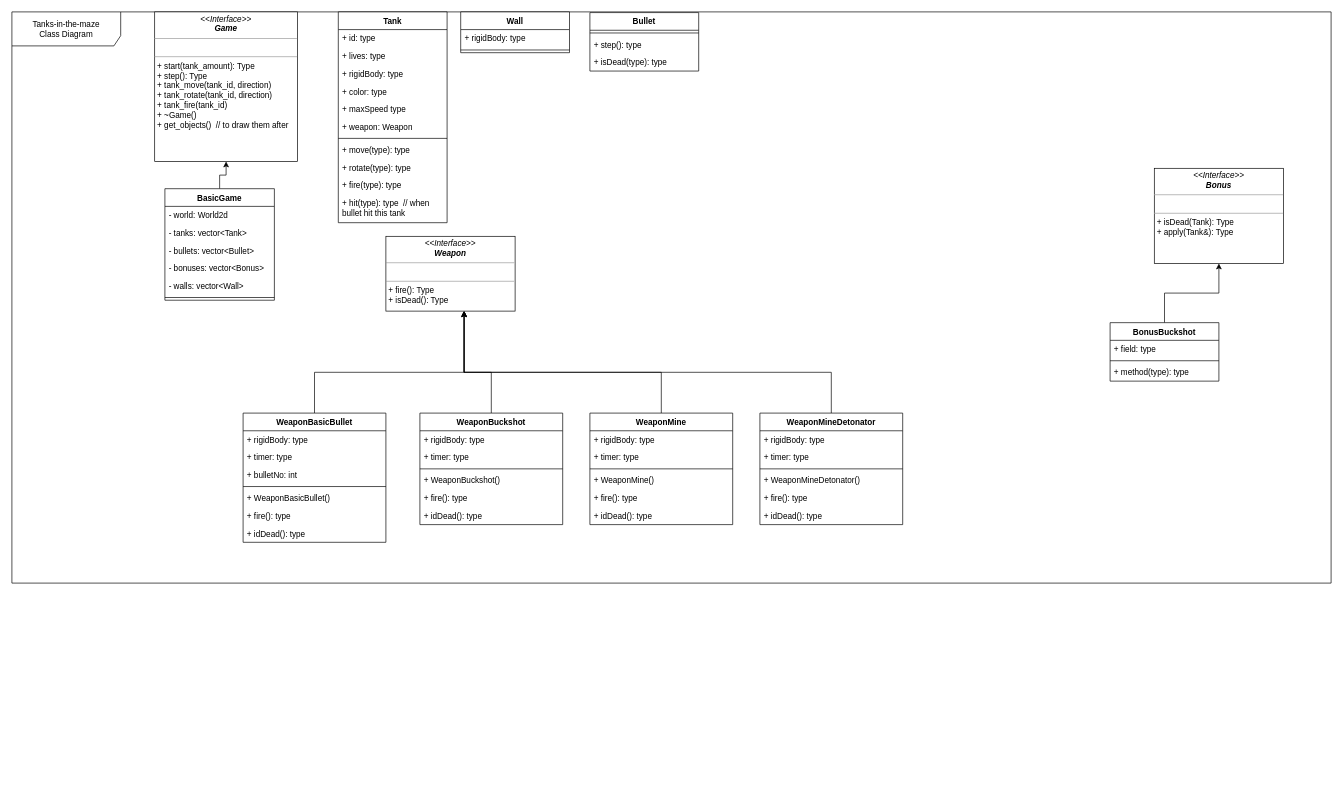
maximrufed/mipt_hw_tp_project keeps this draw.io diagram as page "Definitinon" (1 of 3) of UML.drawio. Above is the earlier version. Source tidied: cells renumbered, new cells numbered last; positions are measured from the earlier drawing's top-left corner, leaving out a move shared by most shapes. Both pictures are drawn from the tidied source at 68%, with x=0, y=0 at pixel (12, 12).
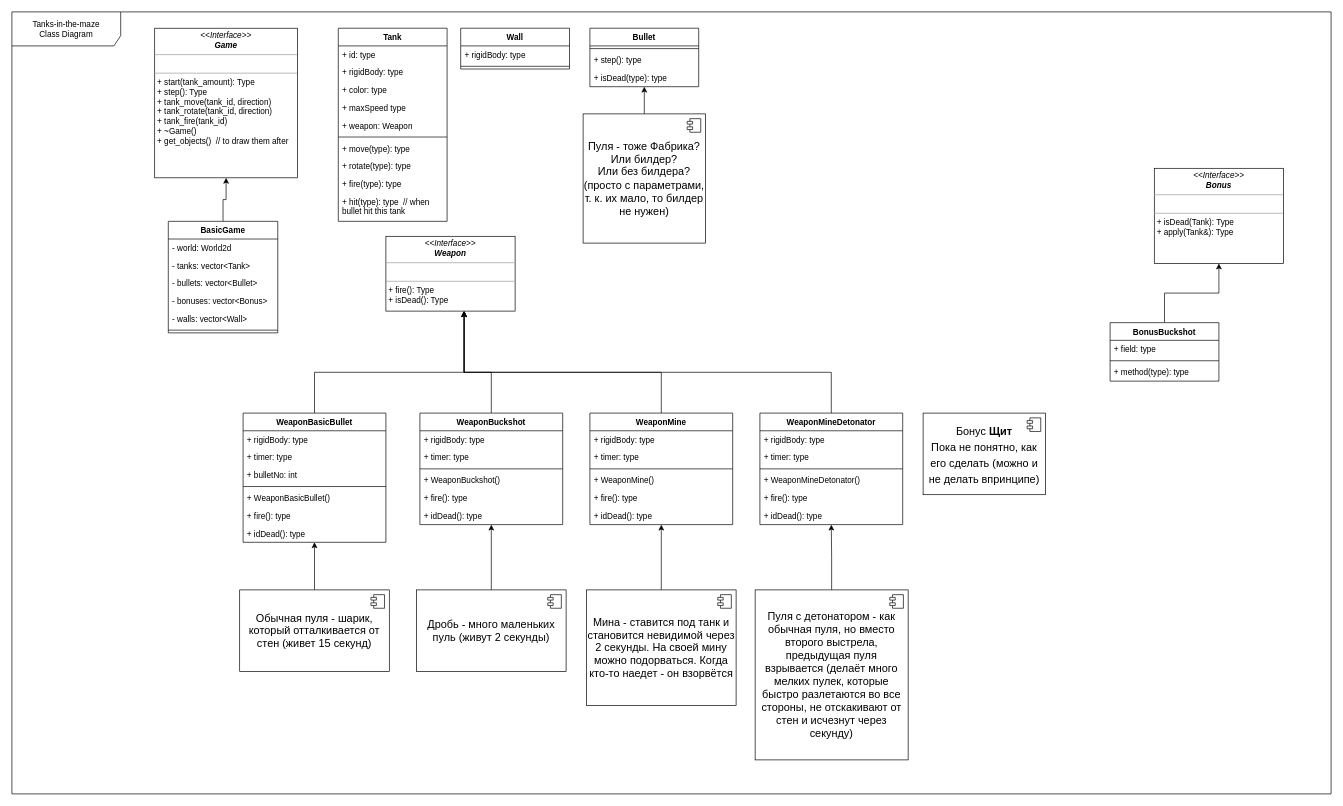
The same diagram, later.

The change refers to these unchanged cells:
```xml
<mxCell id="33" value="WeaponBasicBullet" style="swimlane;fontStyle=1;align=center;verticalAlign=top;horizontal=1;startSize=26;" parent="1" vertex="1">
  <mxGeometry x="340" y="590" width="210" height="190" as="geometry" />
</mxCell>
<mxCell id="48" value="WeaponBuckshot" style="swimlane;fontStyle=1;align=center;verticalAlign=top;horizontal=1;startSize=26;" parent="1" vertex="1">
  <mxGeometry x="600" y="590" width="210" height="164" as="geometry" />
</mxCell>
<mxCell id="56" value="WeaponMine" style="swimlane;fontStyle=1;align=center;verticalAlign=top;horizontal=1;startSize=26;" parent="1" vertex="1">
  <mxGeometry x="850" y="590" width="210" height="164" as="geometry" />
</mxCell>
<mxCell id="64" value="WeaponMineDetonator" style="swimlane;fontStyle=1;align=center;verticalAlign=top;horizontal=1;startSize=26;" parent="1" vertex="1">
  <mxGeometry x="1100" y="590" width="210" height="164" as="geometry" />
</mxCell>
```

What changed in the source:
```diff
@@
     <mxCell id="2" value="Tanks-in-the-maze&lt;br&gt;Class Diagram" style="shape=umlFrame;whiteSpace=wrap;html=1;width=160;height=50;" parent="1" vertex="1">
-      <mxGeometry width="1940" height="840" as="geometry" />
+      <mxGeometry width="1940" height="1150" as="geometry" />
     </mxCell>
@@
     <mxCell id="4" value="BasicGame" style="swimlane;fontStyle=1;align=center;verticalAlign=top;horizontal=1;startSize=26;" parent="1" vertex="1">
-      <mxGeometry x="225" y="260" width="161" height="164" as="geometry" />
+      <mxGeometry x="230" y="308" width="161" height="164" as="geometry" />
     </mxCell>
@@
     <mxCell id="11" value="&lt;p style=&quot;margin: 0px ; margin-top: 4px ; text-align: center&quot;&gt;&lt;i&gt;&amp;lt;&amp;lt;Interface&amp;gt;&amp;gt;&lt;/i&gt;&lt;br&gt;&lt;b&gt;&lt;i&gt;Game&lt;/i&gt;&lt;/b&gt;&lt;/p&gt;&lt;hr size=&quot;1&quot;&gt;&lt;p style=&quot;margin: 0px ; margin-left: 4px&quot;&gt;&lt;br&gt;&lt;/p&gt;&lt;hr size=&quot;1&quot;&gt;&lt;p style=&quot;margin: 0px ; margin-left: 4px&quot;&gt;+ start(tank_amount): Type&lt;br&gt;+ step(): Type&lt;/p&gt;&lt;p style=&quot;margin: 0px ; margin-left: 4px&quot;&gt;+ tank_move(tank_id, direction)&lt;br&gt;+ tank_rotate(tank_id, direction)&lt;br&gt;+ tank_fire(tank_id)&lt;br&gt;+ ~Game()&lt;br&gt;+ get_objects()&amp;nbsp; // to draw them after&lt;/p&gt;" style="verticalAlign=top;align=left;overflow=fill;fontSize=12;fontFamily=Helvetica;html=1;" parent="1" vertex="1">
-      <mxGeometry x="210" width="210" height="220" as="geometry" />
+      <mxGeometry x="210" y="24" width="210" height="220" as="geometry" />
     </mxCell>
     <mxCell id="12" value="Tank" style="swimlane;fontStyle=1;align=center;verticalAlign=top;horizontal=1;startSize=26;" parent="1" vertex="1">
-      <mxGeometry x="480" width="160" height="310" as="geometry" />
+      <mxGeometry x="480" y="24" width="160" height="284" as="geometry" />
     </mxCell>
@@
-    <mxCell id="14" value="+ lives: type" style="text;strokeColor=none;fillColor=none;align=left;verticalAlign=top;spacingLeft=4;spacingRight=4;overflow=hidden;" parent="12" vertex="1">
-      <mxGeometry y="52" width="160" height="26" as="geometry" />
-    </mxCell>
     <mxCell id="15" value="+ rigidBody: type" style="text;strokeColor=none;fillColor=none;align=left;verticalAlign=top;spacingLeft=4;spacingRight=4;overflow=hidden;" parent="12" vertex="1">
-      <mxGeometry y="78" width="160" height="26" as="geometry" />
+      <mxGeometry y="52" width="160" height="26" as="geometry" />
     </mxCell>
     <mxCell id="16" value="+ color: type" style="text;strokeColor=none;fillColor=none;align=left;verticalAlign=top;spacingLeft=4;spacingRight=4;overflow=hidden;" parent="12" vertex="1">
-      <mxGeometry y="104" width="160" height="26" as="geometry" />
+      <mxGeometry y="78" width="160" height="26" as="geometry" />
     </mxCell>
     <mxCell id="17" value="+ maxSpeed type" style="text;strokeColor=none;fillColor=none;align=left;verticalAlign=top;spacingLeft=4;spacingRight=4;overflow=hidden;" parent="12" vertex="1">
-      <mxGeometry y="130" width="160" height="26" as="geometry" />
+      <mxGeometry y="104" width="160" height="26" as="geometry" />
     </mxCell>
     <mxCell id="18" value="+ weapon: Weapon" style="text;strokeColor=none;fillColor=none;align=left;verticalAlign=top;spacingLeft=4;spacingRight=4;overflow=hidden;" parent="12" vertex="1">
-      <mxGeometry y="156" width="160" height="26" as="geometry" />
+      <mxGeometry y="130" width="160" height="26" as="geometry" />
     </mxCell>
     <mxCell id="19" style="line;strokeWidth=1;fillColor=none;align=left;verticalAlign=middle;spacingTop=-1;spacingLeft=3;spacingRight=3;labelPosition=right;" parent="12" vertex="1">
-      <mxGeometry y="182" width="160" height="8" as="geometry" />
+      <mxGeometry y="156" width="160" height="8" as="geometry" />
     </mxCell>
     <mxCell id="20" value="+ move(type): type" style="text;strokeColor=none;fillColor=none;align=left;verticalAlign=top;spacingLeft=4;spacingRight=4;overflow=hidden;" parent="12" vertex="1">
-      <mxGeometry y="190" width="160" height="26" as="geometry" />
+      <mxGeometry y="164" width="160" height="26" as="geometry" />
     </mxCell>
     <mxCell id="21" value="+ rotate(type): type" style="text;strokeColor=none;fillColor=none;align=left;verticalAlign=top;spacingLeft=4;spacingRight=4;overflow=hidden;" parent="12" vertex="1">
-      <mxGeometry y="216" width="160" height="26" as="geometry" />
+      <mxGeometry y="190" width="160" height="26" as="geometry" />
     </mxCell>
     <mxCell id="22" value="+ fire(type): type" style="text;strokeColor=none;fillColor=none;align=left;verticalAlign=top;spacingLeft=4;spacingRight=4;overflow=hidden;" parent="12" vertex="1">
-      <mxGeometry y="242" width="160" height="26" as="geometry" />
+      <mxGeometry y="216" width="160" height="26" as="geometry" />
     </mxCell>
     <mxCell id="23" value="+ hit(type): type  // when bullet hit this tank" style="text;strokeColor=none;fillColor=none;align=left;verticalAlign=top;spacingLeft=4;spacingRight=4;overflow=hidden;whiteSpace=wrap;" parent="12" vertex="1">
-      <mxGeometry y="268" width="160" height="42" as="geometry" />
+      <mxGeometry y="242" width="160" height="42" as="geometry" />
     </mxCell>
     <mxCell id="24" value="Wall" style="swimlane;fontStyle=1;align=center;verticalAlign=top;horizontal=1;startSize=26;" parent="1" vertex="1">
-      <mxGeometry x="660" width="160" height="60" as="geometry" />
+      <mxGeometry x="660" y="24" width="160" height="60" as="geometry" />
     </mxCell>
@@
     <mxCell id="27" value="Bullet" style="swimlane;fontStyle=1;align=center;verticalAlign=top;horizontal=1;startSize=26;" parent="1" vertex="1">
-      <mxGeometry x="850" y="1" width="160" height="86" as="geometry" />
+      <mxGeometry x="850" y="24" width="160" height="86" as="geometry" />
     </mxCell>
@@
+    <mxCell id="71" style="edgeStyle=orthogonalEdgeStyle;rounded=0;jettySize=auto;html=1;fontSize=20;" parent="1" edge="1" source="72" target="33">
+      <mxGeometry relative="1" as="geometry" />
+    </mxCell>
+    <mxCell id="72" value="Обычная пуля - шарик, который отталкивается от стен (живет 15 секунд)" style="html=1;fontSize=16;whiteSpace=wrap;" parent="1" vertex="1">
+      <mxGeometry x="335" y="850" width="220" height="120" as="geometry" />
+    </mxCell>
+    <mxCell id="73" style="shape=component;jettyWidth=8;jettyHeight=4;" parent="72" vertex="1">
+      <mxGeometry x="1" width="20" height="20" relative="1" as="geometry">
+        <mxPoint x="-27" y="7" as="offset" />
+      </mxGeometry>
+    </mxCell>
+    <mxCell id="74" style="edgeStyle=orthogonalEdgeStyle;rounded=0;jettySize=auto;html=1;fontSize=20;" parent="1" edge="1" source="75" target="48">
+      <mxGeometry relative="1" as="geometry" />
+    </mxCell>
+    <mxCell id="75" value="Дробь - много маленьких пуль (живут 2 секунды)" style="html=1;fontSize=16;whiteSpace=wrap;" parent="1" vertex="1">
+      <mxGeometry x="595" y="850" width="220" height="120" as="geometry" />
+    </mxCell>
+    <mxCell id="76" style="shape=component;jettyWidth=8;jettyHeight=4;" parent="75" vertex="1">
+      <mxGeometry x="1" width="20" height="20" relative="1" as="geometry">
+        <mxPoint x="-27" y="7" as="offset" />
+      </mxGeometry>
+    </mxCell>
+    <mxCell id="77" style="edgeStyle=orthogonalEdgeStyle;rounded=0;jettySize=auto;html=1;fontSize=16;" parent="1" edge="1" source="78" target="56">
+      <mxGeometry relative="1" as="geometry" />
+    </mxCell>
+    <mxCell id="78" value="Мина - ставится под танк и становится невидимой через 2 секунды. На своей мину можно подорваться. Когда кто-то наедет - он взорвётся" style="html=1;fontSize=16;whiteSpace=wrap;" parent="1" vertex="1">
+      <mxGeometry x="845" y="850" width="220" height="170" as="geometry" />
+    </mxCell>
+    <mxCell id="79" style="shape=component;jettyWidth=8;jettyHeight=4;" parent="78" vertex="1">
+      <mxGeometry x="1" width="20" height="20" relative="1" as="geometry">
+        <mxPoint x="-27" y="7" as="offset" />
+      </mxGeometry>
+    </mxCell>
+    <mxCell id="80" style="edgeStyle=orthogonalEdgeStyle;rounded=0;jettySize=auto;html=1;fontSize=16;" parent="1" edge="1" source="81" target="64">
+      <mxGeometry relative="1" as="geometry" />
+    </mxCell>
+    <mxCell id="81" value="Пуля с детонатором - как обычная пуля, но вместо второго выстрела, предыдущая пуля взрывается (делаёт много мелких пулек, которые быстро разлетаются во все стороны, не отскакивают от стен и исчезнут через секунду)" style="html=1;fontSize=16;whiteSpace=wrap;" parent="1" vertex="1">
+      <mxGeometry x="1093" y="850" width="225" height="250" as="geometry" />
+    </mxCell>
+    <mxCell id="82" style="shape=component;jettyWidth=8;jettyHeight=4;" parent="81" vertex="1">
+      <mxGeometry x="1" width="20" height="20" relative="1" as="geometry">
+        <mxPoint x="-27" y="7" as="offset" />
+      </mxGeometry>
+    </mxCell>
+    <mxCell id="83" style="edgeStyle=orthogonalEdgeStyle;rounded=0;jettySize=auto;html=1;fontSize=16;" parent="1" edge="1" source="84" target="27">
+      <mxGeometry relative="1" as="geometry" />
+    </mxCell>
+    <mxCell id="84" value="Пуля - тоже Фабрика?&lt;br&gt;Или билдер?&lt;br&gt;Или без билдера? (просто с параметрами, т. к. их мало, то билдер не нужен)" style="html=1;fontSize=16;whiteSpace=wrap;" parent="1" vertex="1">
+      <mxGeometry x="840" y="150" width="180" height="190" as="geometry" />
+    </mxCell>
+    <mxCell id="85" style="shape=component;jettyWidth=8;jettyHeight=4;" parent="84" vertex="1">
+      <mxGeometry x="1" width="20" height="20" relative="1" as="geometry">
+        <mxPoint x="-27" y="7" as="offset" />
+      </mxGeometry>
+    </mxCell>
+    <mxCell id="86" value="&lt;font style=&quot;font-size: 16px&quot;&gt;Бонус &lt;b&gt;Щит&lt;/b&gt;&lt;br&gt;Пока не понятно, как его сделать (можно и не делать впринципе)&lt;br&gt;&lt;/font&gt;" style="html=1;fontSize=20;whiteSpace=wrap;" parent="1" vertex="1">
+      <mxGeometry x="1340" y="590" width="180" height="120" as="geometry" />
+    </mxCell>
+    <mxCell id="87" style="shape=component;jettyWidth=8;jettyHeight=4;" parent="86" vertex="1">
+      <mxGeometry x="1" width="20" height="20" relative="1" as="geometry">
+        <mxPoint x="-27" y="7" as="offset" />
+      </mxGeometry>
+    </mxCell>
```
